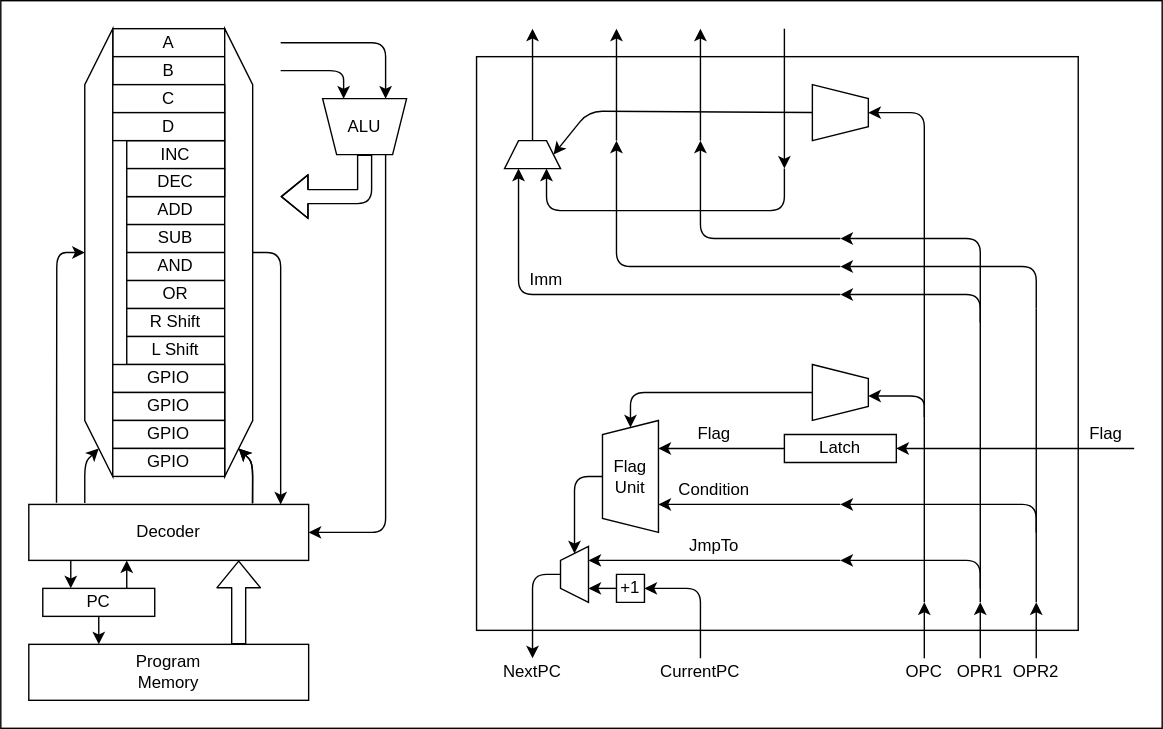
Before: RelayComputer/arch.drawio.svg, a diagram exported from draw.io (Next-MICON/Next-MOCON.github.io). Source tidied: cells renumbered, new cells last; positions are measured from the earlier drawing's top-left corner, leaving out a move shared by most shapes.
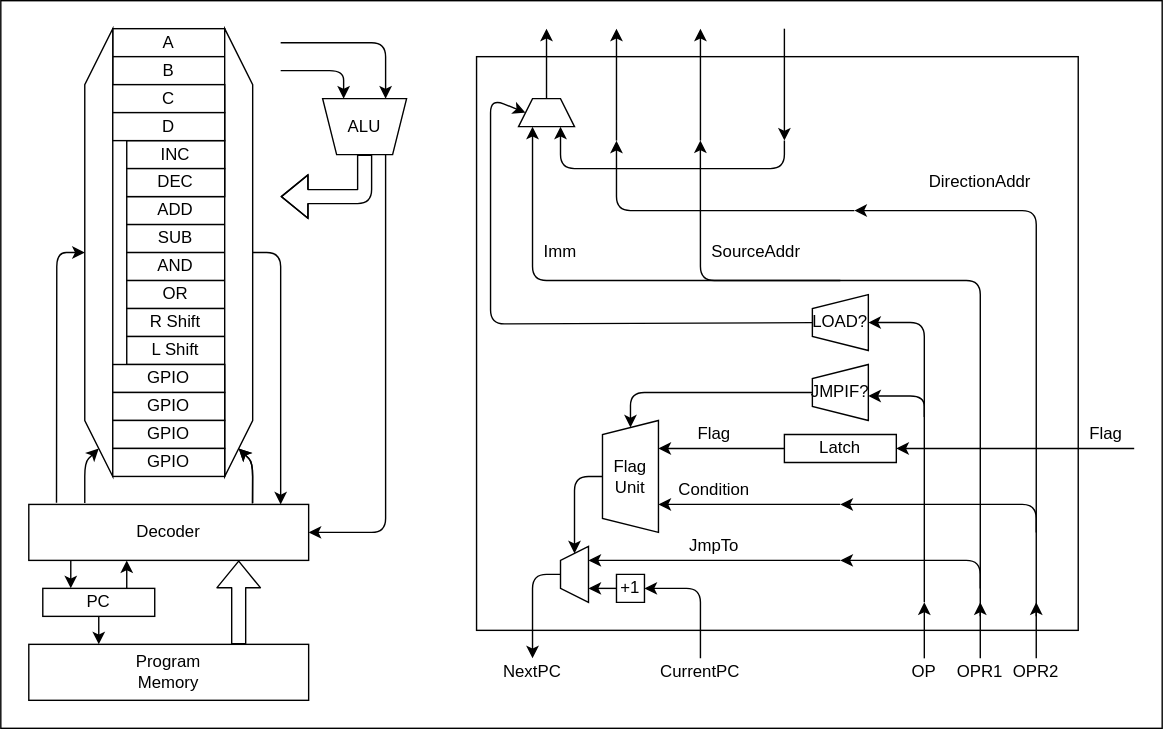
The same diagram one commit later.

The edit, as a diff of the source:
```diff
@@ -169,7 +169,7 @@
       </mxGeometry>
     </mxCell>
     <mxCell id="41" style="shape=trapezoid;perimeter=trapezoidPerimeter;whiteSpace=wrap;html=1;fixedSize=1;direction=east;size=10;" parent="1" vertex="1">
-      <mxGeometry x="360" y="100" width="40" height="20" as="geometry" />
+      <mxGeometry x="370" y="70" width="40" height="20" as="geometry" />
     </mxCell>
     <mxCell id="42" style="endArrow=classic;html=1;" parent="1" edge="1">
       <mxGeometry relative="1" as="geometry">
@@ -187,7 +187,7 @@
         <mxPoint x="660" y="430" as="targetPoint" />
       </mxGeometry>
     </mxCell>
-    <mxCell id="45" value="OPC" style="text;html=1;strokeColor=none;fillColor=none;align=center;verticalAlign=middle;whiteSpace=wrap;rounded=0;" parent="1" vertex="1">
+    <mxCell id="45" value="OP" style="text;html=1;strokeColor=none;fillColor=none;align=center;verticalAlign=middle;whiteSpace=wrap;rounded=0;" parent="1" vertex="1">
       <mxGeometry x="640" y="470" width="40" height="20" as="geometry" />
     </mxCell>
     <mxCell id="46" value="OPR1" style="text;html=1;strokeColor=none;fillColor=none;align=center;verticalAlign=middle;whiteSpace=wrap;rounded=0;" parent="1" vertex="1">
@@ -208,7 +208,7 @@
     </mxCell>
     <mxCell id="50" style="endArrow=classic;html=1;exitX=0.5;exitY=0;exitDx=0;exitDy=0;" parent="1" edge="1" source="41">
       <mxGeometry relative="1" as="geometry">
-        <mxPoint x="380" y="20" as="targetPoint" />
+        <mxPoint x="390" y="20" as="targetPoint" />
       </mxGeometry>
     </mxCell>
     <mxCell id="51" style="endArrow=classic;html=1;" parent="1" edge="1">
@@ -220,35 +220,36 @@
     <mxCell id="52" style="endArrow=classic;html=1;" parent="1" edge="1">
       <mxGeometry relative="1" as="geometry">
         <mxPoint x="560" y="20" as="sourcePoint" />
-        <mxPoint x="560" y="120" as="targetPoint" />
+        <mxPoint x="560" y="100" as="targetPoint" />
       </mxGeometry>
     </mxCell>
-    <mxCell id="53" style="endArrow=classic;html=1;entryX=1;entryY=0.5;entryDx=0;entryDy=0;" parent="1" edge="1" source="64" target="41">
+    <mxCell id="53" style="endArrow=classic;html=1;entryX=0;entryY=0.5;entryDx=0;entryDy=0;" parent="1" edge="1" source="64" target="41">
       <mxGeometry relative="1" as="geometry">
         <Array as="points">
-          <mxPoint x="420" y="79" />
+          <mxPoint x="350" y="231" />
+          <mxPoint x="350" y="70" />
         </Array>
       </mxGeometry>
     </mxCell>
     <mxCell id="54" style="endArrow=classic;html=1;entryX=0.75;entryY=1;entryDx=0;entryDy=0;" parent="1" edge="1" target="41">
       <mxGeometry relative="1" as="geometry">
-        <mxPoint x="560" y="120" as="sourcePoint" />
+        <mxPoint x="560" y="100" as="sourcePoint" />
         <Array as="points">
-          <mxPoint x="560" y="150" />
-          <mxPoint x="390" y="150" />
+          <mxPoint x="560" y="120" />
+          <mxPoint x="400" y="120" />
         </Array>
       </mxGeometry>
     </mxCell>
     <mxCell id="55" style="endArrow=classic;html=1;entryX=0.25;entryY=1;entryDx=0;entryDy=0;" parent="1" edge="1" target="41">
       <mxGeometry relative="1" as="geometry">
-        <mxPoint x="600" y="210" as="sourcePoint" />
+        <mxPoint x="600" y="200" as="sourcePoint" />
         <Array as="points">
-          <mxPoint x="370" y="210" />
+          <mxPoint x="380" y="200" />
         </Array>
       </mxGeometry>
     </mxCell>
     <mxCell id="56" value="Imm" style="text;html=1;strokeColor=none;fillColor=none;align=center;verticalAlign=middle;whiteSpace=wrap;rounded=0;" parent="1" vertex="1">
-      <mxGeometry x="370" y="190" width="40" height="20" as="geometry" />
+      <mxGeometry x="380" y="170" width="40" height="20" as="geometry" />
     </mxCell>
     <mxCell id="57" value="Condition" style="text;html=1;strokeColor=none;fillColor=none;align=center;verticalAlign=middle;whiteSpace=wrap;rounded=0;" parent="1" vertex="1">
       <mxGeometry x="490" y="340" width="40" height="20" as="geometry" />
@@ -258,22 +259,13 @@
     </mxCell>
     <mxCell id="59" style="endArrow=classic;html=1;" parent="1" edge="1">
       <mxGeometry relative="1" as="geometry">
-        <mxPoint x="600" y="190" as="sourcePoint" />
+        <mxPoint x="610" y="150" as="sourcePoint" />
         <mxPoint x="440" y="100" as="targetPoint" />
         <Array as="points">
-          <mxPoint x="440" y="190" />
+          <mxPoint x="440" y="150" />
         </Array>
       </mxGeometry>
     </mxCell>
-    <mxCell id="60" style="endArrow=classic;html=1;" parent="1" edge="1">
-      <mxGeometry relative="1" as="geometry">
-        <mxPoint x="600" y="170" as="sourcePoint" />
-        <mxPoint x="500" y="100" as="targetPoint" />
-        <Array as="points">
-          <mxPoint x="500" y="170" />
-        </Array>
-      </mxGeometry>
-    </mxCell>
     <mxCell id="61" style="endArrow=classic;html=1;entryX=0.75;entryY=1;entryDx=0;entryDy=0;" parent="1" edge="1" target="35">
       <mxGeometry relative="1" as="geometry">
         <mxPoint x="600" y="400" as="sourcePoint" />
@@ -290,8 +282,8 @@
         </Array>
       </mxGeometry>
     </mxCell>
-    <mxCell id="64" style="shape=trapezoid;perimeter=trapezoidPerimeter;whiteSpace=wrap;html=1;fixedSize=1;direction=south;size=10;" parent="1" vertex="1">
-      <mxGeometry x="580" y="60" width="40" height="40" as="geometry" />
+    <mxCell id="64" value="LOAD?" style="shape=trapezoid;perimeter=trapezoidPerimeter;whiteSpace=wrap;html=1;fixedSize=1;direction=north;size=10;" parent="1" vertex="1">
+      <mxGeometry x="580" y="210" width="40" height="40" as="geometry" />
     </mxCell>
     <mxCell id="65" style="shape=flexArrow;endArrow=classic;html=1;exitX=0.75;exitY=0;exitDx=0;exitDy=0;entryX=0.75;entryY=1;entryDx=0;entryDy=0;" parent="1" edge="1" source="5" target="20">
       <mxGeometry relative="1" as="geometry" />
@@ -311,14 +303,14 @@
     <mxCell id="70" value="CurrentPC" style="text;html=1;strokeColor=none;fillColor=none;align=center;verticalAlign=middle;whiteSpace=wrap;rounded=0;" parent="1" vertex="1">
       <mxGeometry x="480" y="470" width="40" height="20" as="geometry" />
     </mxCell>
-    <mxCell id="71" style="shape=trapezoid;perimeter=trapezoidPerimeter;whiteSpace=wrap;html=1;fixedSize=1;direction=south;size=10;" parent="1" vertex="1">
+    <mxCell id="71" value="JMPIF?" style="shape=trapezoid;perimeter=trapezoidPerimeter;whiteSpace=wrap;html=1;fixedSize=1;direction=north;size=10;" parent="1" vertex="1">
       <mxGeometry x="580" y="260" width="40" height="40" as="geometry" />
     </mxCell>
-    <mxCell id="72" style="endArrow=classic;html=1;entryX=0.5;entryY=0;entryDx=0;entryDy=0;" parent="1" edge="1" target="64">
+    <mxCell id="72" style="endArrow=classic;html=1;entryX=0.5;entryY=1;entryDx=0;entryDy=0;" parent="1" edge="1" target="64">
       <mxGeometry relative="1" as="geometry">
         <mxPoint x="660" y="430" as="sourcePoint" />
         <Array as="points">
-          <mxPoint x="660" y="80" />
+          <mxPoint x="660" y="230" />
         </Array>
       </mxGeometry>
     </mxCell>
@@ -331,30 +323,12 @@
         </Array>
       </mxGeometry>
     </mxCell>
-    <mxCell id="74" style="endArrow=classic;html=1;" parent="1" edge="1">
-      <mxGeometry relative="1" as="geometry">
-        <mxPoint x="700" y="430" as="sourcePoint" />
-        <mxPoint x="600" y="170" as="targetPoint" />
-        <Array as="points">
-          <mxPoint x="700" y="170" />
-        </Array>
-      </mxGeometry>
-    </mxCell>
-    <mxCell id="75" style="endArrow=classic;html=1;" parent="1" edge="1">
-      <mxGeometry relative="1" as="geometry">
-        <mxPoint x="740" y="220" as="sourcePoint" />
-        <mxPoint x="600" y="190" as="targetPoint" />
-        <Array as="points">
-          <mxPoint x="740" y="190" />
-        </Array>
-      </mxGeometry>
-    </mxCell>
-    <mxCell id="76" style="endArrow=classic;html=1;" parent="1" edge="1">
+    <mxCell id="76" style="endArrow=classic;html=1;entryX=0.372;entryY=0.146;entryDx=0;entryDy=0;entryPerimeter=0;" parent="1" edge="1" target="3">
       <mxGeometry relative="1" as="geometry">
-        <mxPoint x="700" y="230" as="sourcePoint" />
-        <mxPoint x="600" y="210" as="targetPoint" />
+        <mxPoint x="700" y="440" as="sourcePoint" />
         <Array as="points">
-          <mxPoint x="700" y="210" />
+          <mxPoint x="700" y="200" />
+          <mxPoint x="500" y="200" />
         </Array>
       </mxGeometry>
     </mxCell>
@@ -376,12 +350,6 @@
         </Array>
       </mxGeometry>
     </mxCell>
-    <mxCell id="79" style="endArrow=none;html=1;" parent="1" edge="1">
-      <mxGeometry relative="1" as="geometry">
-        <mxPoint x="740" y="430" as="sourcePoint" />
-        <mxPoint x="740" y="220" as="targetPoint" />
-      </mxGeometry>
-    </mxCell>
     <mxCell id="80" style="endArrow=classic;html=1;exitX=0.25;exitY=0;exitDx=0;exitDy=0;entryX=1;entryY=0.5;entryDx=0;entryDy=0;" parent="1" edge="1" source="10" target="20">
       <mxGeometry relative="1" as="geometry">
         <Array as="points">
@@ -404,5 +372,20 @@
         <mxPoint x="640" y="320" as="targetPoint" />
       </mxGeometry>
     </mxCell>
+    <mxCell id="85" style="endArrow=classic;html=1;" parent="1" edge="1">
+      <mxGeometry relative="1" as="geometry">
+        <mxPoint x="740" y="440" as="sourcePoint" />
+        <mxPoint x="610" y="150" as="targetPoint" />
+        <Array as="points">
+          <mxPoint x="740" y="150" />
+        </Array>
+      </mxGeometry>
+    </mxCell>
+    <mxCell id="86" value="SourceAddr" style="text;html=1;strokeColor=none;fillColor=none;align=center;verticalAlign=middle;whiteSpace=wrap;rounded=0;" parent="1" vertex="1">
+      <mxGeometry x="510" y="170" width="60" height="20" as="geometry" />
+    </mxCell>
+    <mxCell id="87" value="DirectionAddr" style="text;html=1;strokeColor=none;fillColor=none;align=center;verticalAlign=middle;whiteSpace=wrap;rounded=0;" parent="1" vertex="1">
+      <mxGeometry x="680" y="120" width="40" height="20" as="geometry" />
+    </mxCell>
   </root>
 </mxGraphModel>
```
